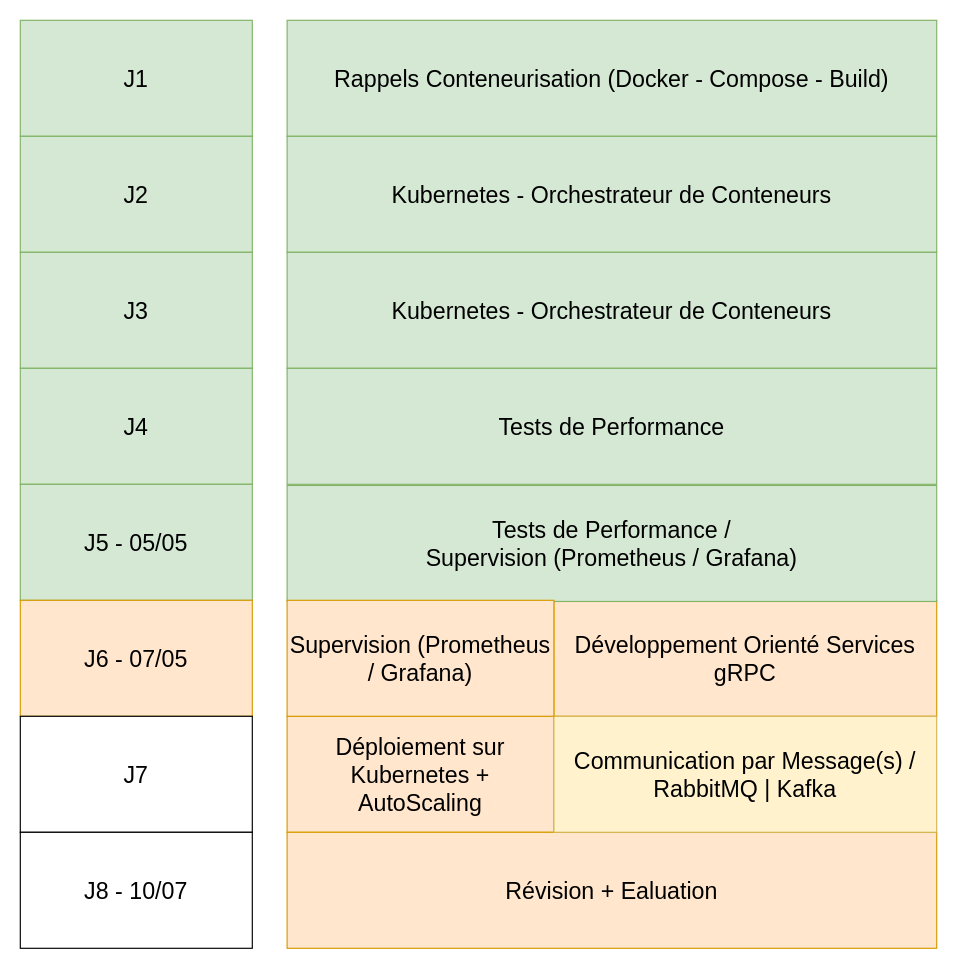
The draw.io diagram page "planning" (1 of 12) of planning.drawio in argonaultes-education/hexagone-3b-3INSI-2026, before the edit. Source tidied: cells renumbered, new cells numbered last; positions are measured from the earlier drawing's top-left corner, leaving out a move shared by most shapes. Both pictures are drawn from the tidied source at 116%, with x=0, y=0 at pixel (20, 20).
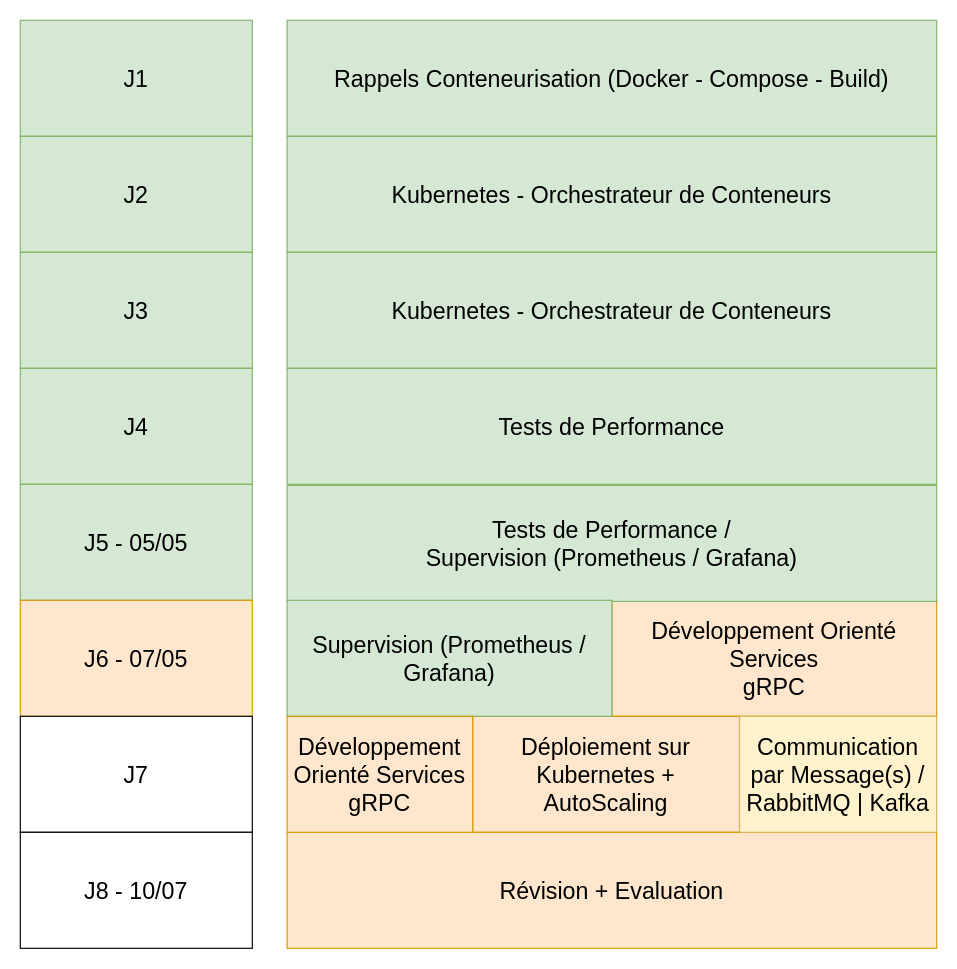
The same page after the edit.

Change to the diagram source:
```diff
@@
     <mxCell id="14" value="Développement Orienté Services&lt;div&gt;gRPC&lt;/div&gt;" style="rounded=0;whiteSpace=wrap;html=1;fontSize=20;fillColor=#ffe6cc;strokeColor=#d79b00;" parent="1" vertex="1">
-      <mxGeometry x="460" y="500" width="330" height="100" as="geometry" />
+      <mxGeometry x="510" y="500" width="280" height="100" as="geometry" />
     </mxCell>
     <mxCell id="15" value="Déploiement sur Kubernetes + AutoScaling" style="rounded=0;whiteSpace=wrap;html=1;fontSize=20;fillColor=#ffe6cc;strokeColor=#d79b00;" parent="1" vertex="1">
-      <mxGeometry x="230" y="600" width="230" height="100" as="geometry" />
+      <mxGeometry x="390" y="600" width="230" height="100" as="geometry" />
     </mxCell>
-    <mxCell id="16" value="Révision + Ealuation" style="rounded=0;whiteSpace=wrap;html=1;fontSize=20;fillColor=#ffe6cc;strokeColor=#d79b00;" parent="1" vertex="1">
+    <mxCell id="16" value="Révision + Evaluation" style="rounded=0;whiteSpace=wrap;html=1;fontSize=20;fillColor=#ffe6cc;strokeColor=#d79b00;" parent="1" vertex="1">
       <mxGeometry x="230" y="700" width="560" height="100" as="geometry" />
     </mxCell>
     <mxCell id="17" value="Communication par Message(s) / RabbitMQ | Kafka" style="rounded=0;whiteSpace=wrap;html=1;fontSize=20;fillColor=#fff2cc;strokeColor=#d6b656;" parent="1" vertex="1">
-      <mxGeometry x="460" y="600" width="330" height="100" as="geometry" />
+      <mxGeometry x="620" y="600" width="170" height="100" as="geometry" />
     </mxCell>
@@
-    <mxCell id="19" value="Supervision (Prometheus / Grafana)" style="rounded=0;whiteSpace=wrap;html=1;fontSize=20;fillColor=#ffe6cc;strokeColor=#d79b00;" parent="1" vertex="1">
-      <mxGeometry x="230" y="500" width="230" height="100" as="geometry" />
+    <mxCell id="19" value="Supervision (Prometheus / Grafana)" style="rounded=0;whiteSpace=wrap;html=1;fontSize=20;fillColor=#d5e8d4;strokeColor=#82b366;" parent="1" vertex="1">
+      <mxGeometry x="230" y="500" width="280" height="100" as="geometry" />
     </mxCell>
+    <mxCell id="20" value="Développement Orienté Services&lt;div&gt;gRPC&lt;/div&gt;" style="rounded=0;whiteSpace=wrap;html=1;fontSize=20;fillColor=#ffe6cc;strokeColor=#d79b00;" parent="1" vertex="1">
+      <mxGeometry x="230" y="600" width="160" height="100" as="geometry" />
+    </mxCell>
```
